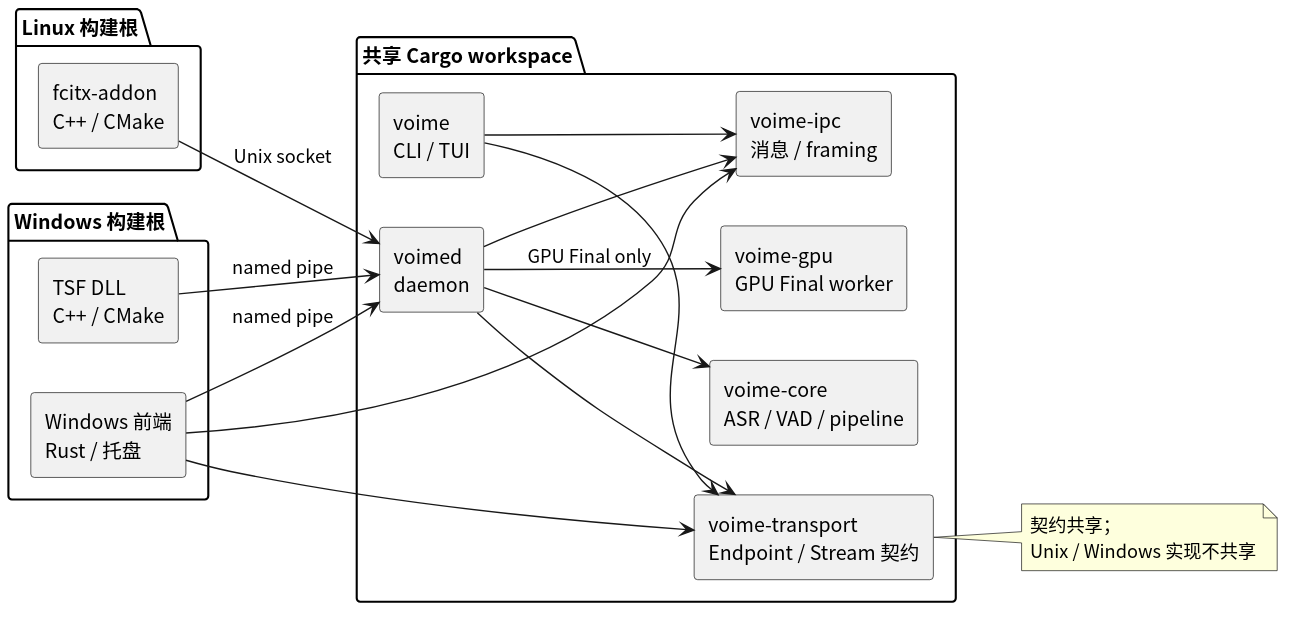
This is diagram/platform-boundaries.svg from 54m43lJ/voime, a PlantUML export, as it was before one commit.
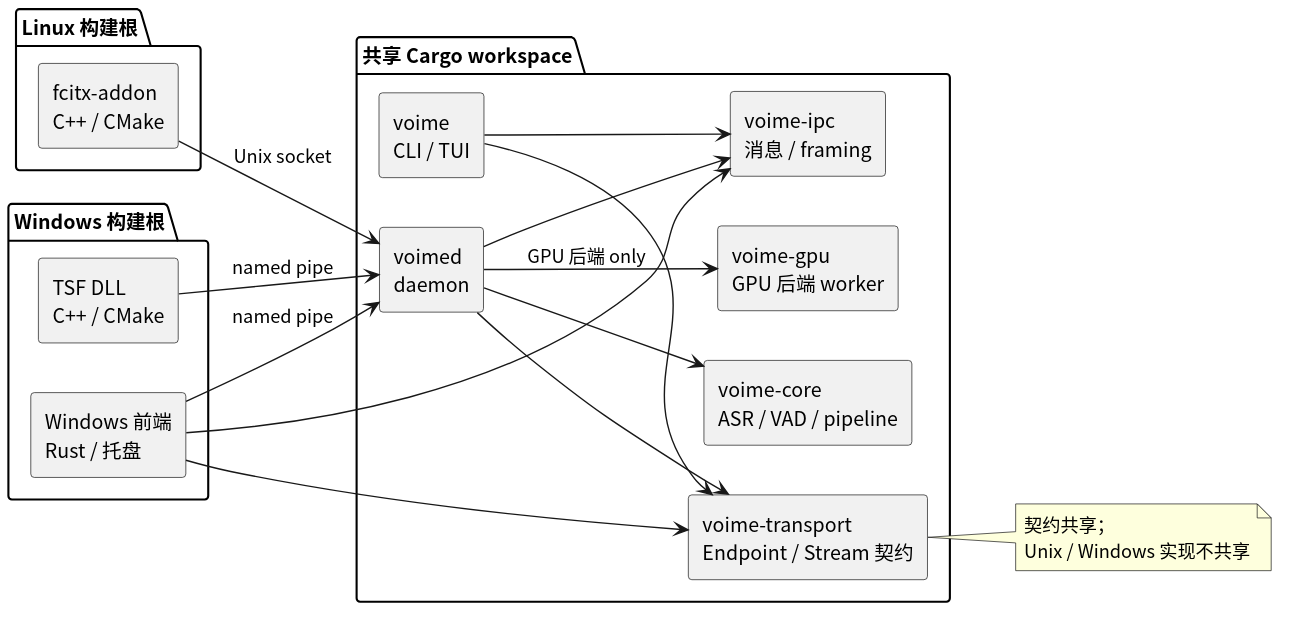
After the commit.

What changed in the source:
```diff
@@ -10,7 +10,7 @@
   component "voime-transport\nEndpoint / Stream 契约" as Transport
   component "voimed\ndaemon" as Daemon
   component "voime\nCLI / TUI" as Cli
-  component "voime-gpu\nGPU Final worker" as Gpu
+  component "voime-gpu\nGPU 后端 worker" as Gpu
 }
 
 package "Linux 构建根" {
@@ -26,7 +26,7 @@
 Win --> Daemon : named pipe
 Tsf --> Daemon : named pipe
 Daemon --> Core
-Daemon --> Gpu : GPU Final only
+Daemon --> Gpu : GPU 后端 only
 Daemon --> Ipc
 Daemon --> Transport
 Cli --> Ipc
```
